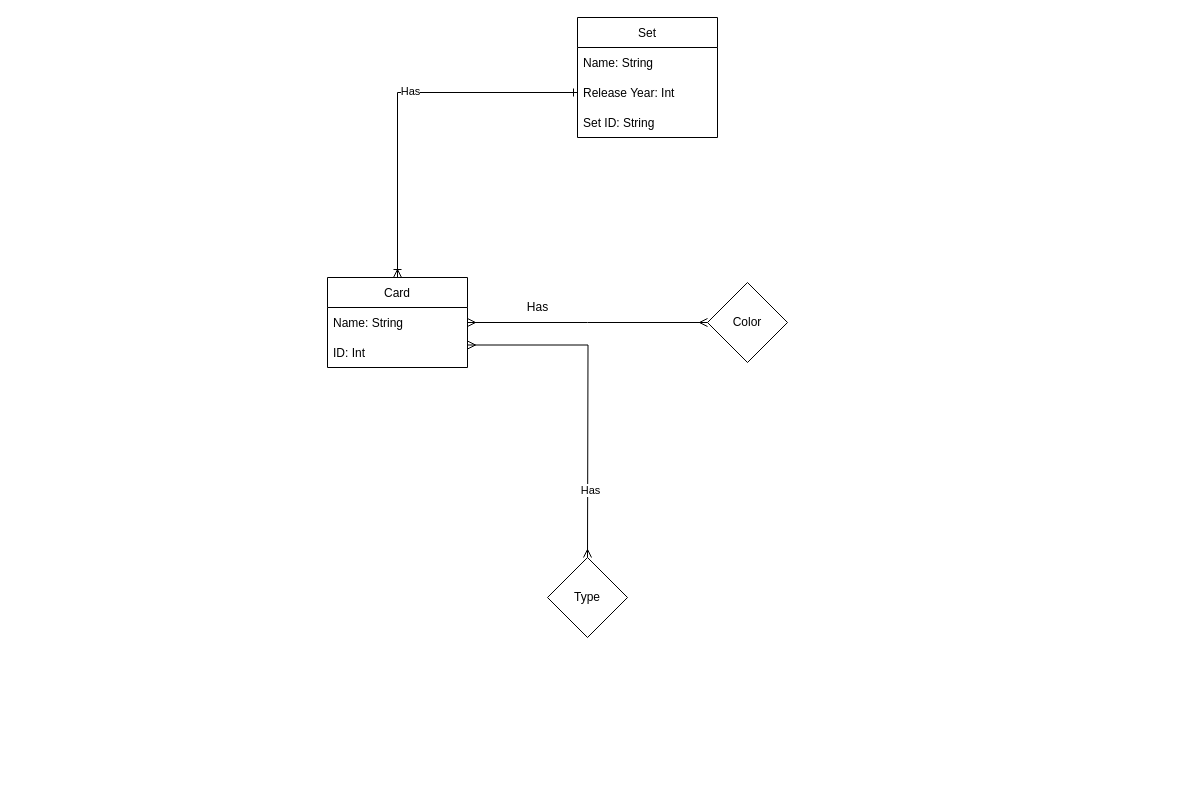
Earlier version of the draw.io diagram ERDiagram.drawio (LiamFallon213/charts-diagrams.net-). Source tidied: cells renumbered, new cells numbered last; positions are measured from the earlier drawing's top-left corner, leaving out a move shared by most shapes. Both pictures are drawn from the tidied source at 100%, with x=0, y=0 at pixel (327, 17).
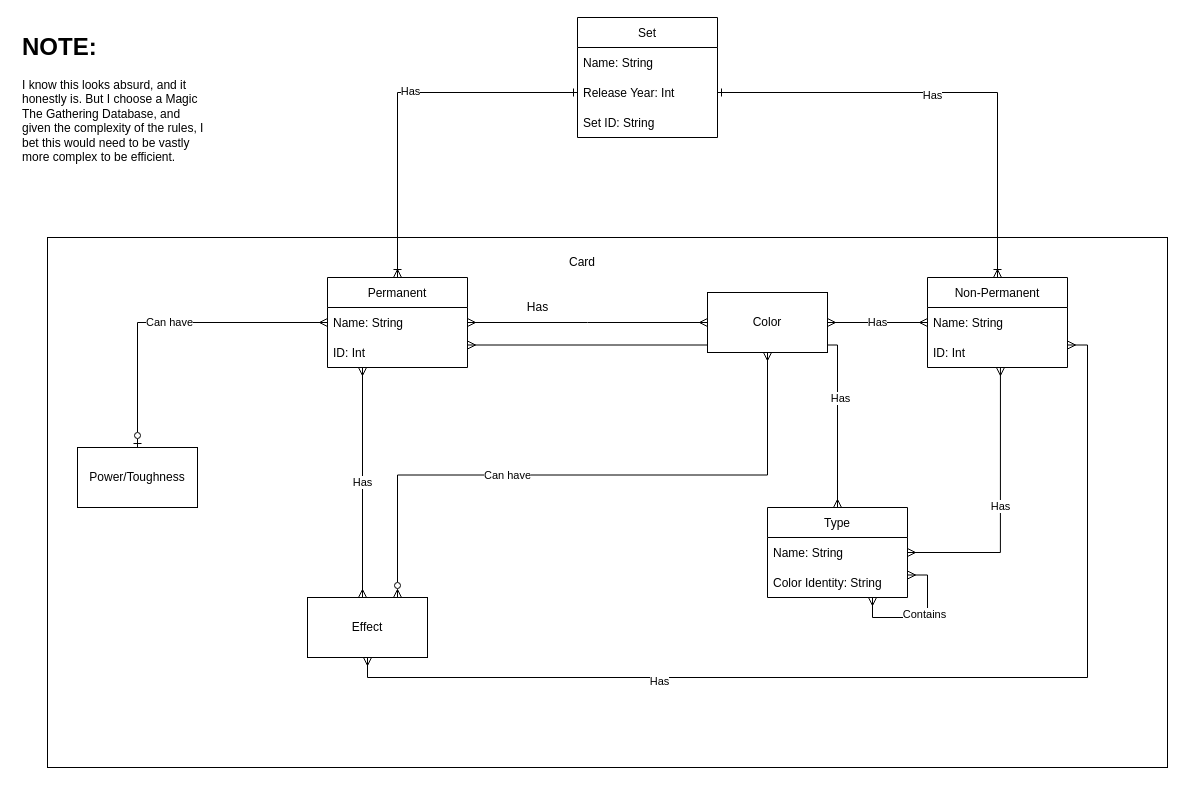
The same page after the edit.

The change refers to these unchanged cells:
```xml
<mxCell id="4" value="Release Year: Int" style="text;strokeColor=none;fillColor=none;align=left;verticalAlign=middle;spacingLeft=4;spacingRight=4;overflow=hidden;points=[[0,0.5],[1,0.5]];portConstraint=eastwest;" parent="2" vertex="1">
  <mxGeometry y="60" width="140" height="30" as="geometry" />
</mxCell>
<mxCell id="10" value="Name: String" style="text;strokeColor=none;fillColor=none;align=left;verticalAlign=middle;spacingLeft=4;spacingRight=4;overflow=hidden;points=[[0,0.5],[1,0.5]];portConstraint=eastwest;" parent="9" vertex="1">
  <mxGeometry y="30" width="140" height="30" as="geometry" />
</mxCell>
```

Change to the diagram source:
```diff
@@
+    <mxCell id="17" style="rounded=0;whiteSpace=wrap;html=1;" parent="1" vertex="1">
+      <mxGeometry x="-280" y="220" width="1120" height="530" as="geometry" />
+    </mxCell>
@@
-    <mxCell id="7" style="edgeStyle=orthogonalEdgeStyle;rounded=0;jettySize=auto;html=1;exitX=1;exitY=0.75;exitDx=0;exitDy=0;startArrow=ERmany;startFill=0;endArrow=ERmany;endFill=0;" parent="1" edge="1" source="9">
-      <mxGeometry relative="1" as="geometry">
-        <mxPoint x="260" y="540" as="targetPoint" />
-      </mxGeometry>
+    <mxCell id="7" style="edgeStyle=orthogonalEdgeStyle;rounded=0;jettySize=auto;html=1;exitX=1;exitY=0.75;exitDx=0;exitDy=0;startArrow=ERmany;startFill=0;endArrow=ERmany;endFill=0;entryX=0.5;entryY=0;entryDx=0;entryDy=0;" parent="1" edge="1" source="9" target="15">
+      <mxGeometry relative="1" as="geometry" />
     </mxCell>
@@
+    <mxCell id="18" value="Has" style="edgeStyle=orthogonalEdgeStyle;rounded=0;jettySize=auto;html=1;exitX=0.25;exitY=1;exitDx=0;exitDy=0;startArrow=ERmany;startFill=0;endArrow=ERmany;endFill=0;" parent="1" edge="1" source="9">
+      <mxGeometry relative="1" as="geometry">
+        <mxPoint x="35" y="580" as="targetPoint" />
+      </mxGeometry>
+    </mxCell>
-    <mxCell id="9" value="Card" style="swimlane;fontStyle=0;horizontal=1;startSize=30;" parent="1" vertex="1">
+    <mxCell id="9" value="Permanent" style="swimlane;fontStyle=0;horizontal=1;startSize=30;" parent="1" vertex="1">
       <mxGeometry y="260" width="140" height="90" as="geometry" />
     </mxCell>
@@
+    <mxCell id="16" value="Has" style="text;html=1;align=center;verticalAlign=middle;strokeColor=none;fillColor=none;" parent="1" vertex="1">
+      <mxGeometry x="185" y="275" width="50" height="30" as="geometry" />
+    </mxCell>
+    <mxCell id="19" value="Has" style="edgeStyle=orthogonalEdgeStyle;rounded=0;jettySize=auto;html=1;exitX=1;exitY=0.5;exitDx=0;exitDy=0;entryX=0;entryY=0.5;entryDx=0;entryDy=0;startArrow=ERmany;startFill=0;endArrow=ERmany;endFill=0;" parent="1" edge="1" source="14" target="28">
+      <mxGeometry relative="1" as="geometry" />
+    </mxCell>
+    <mxCell id="20" style="edgeStyle=orthogonalEdgeStyle;rounded=0;jettySize=auto;html=1;exitX=0.5;exitY=1;exitDx=0;exitDy=0;entryX=0.75;entryY=0;entryDx=0;entryDy=0;startArrow=ERmany;startFill=0;endArrow=ERzeroToMany;endFill=0;" parent="1" edge="1" source="14" target="25">
+      <mxGeometry relative="1" as="geometry" />
+    </mxCell>
+    <mxCell id="21" value="Can have" style="edgeLabel;html=1;align=center;verticalAlign=middle;" parent="20" vertex="1">
+      <mxGeometry x="0.25" relative="1" as="geometry">
+        <mxPoint x="1" as="offset" />
+      </mxGeometry>
+    </mxCell>
-    <mxCell id="14" value="Color" style="rhombus;whiteSpace=wrap;html=1;" parent="1" vertex="1">
-      <mxGeometry x="380" y="265" width="80" height="80" as="geometry" />
+    <mxCell id="14" value="Color" style="rounded=0;whiteSpace=wrap;html=1;" parent="1" vertex="1">
+      <mxGeometry x="380" y="275" width="120" height="60" as="geometry" />
     </mxCell>
+    <mxCell id="22" value="Has" style="edgeStyle=orthogonalEdgeStyle;rounded=0;jettySize=auto;html=1;exitX=1;exitY=0.5;exitDx=0;exitDy=0;entryX=0.521;entryY=1;entryDx=0;entryDy=0;entryPerimeter=0;startArrow=ERmany;startFill=0;endArrow=ERmany;endFill=0;" parent="1" edge="1" source="34" target="29">
+      <mxGeometry relative="1" as="geometry" />
+    </mxCell>
+    <mxCell id="23" style="edgeStyle=orthogonalEdgeStyle;rounded=0;jettySize=auto;html=1;exitX=0.5;exitY=1;exitDx=0;exitDy=0;entryX=1;entryY=0.75;entryDx=0;entryDy=0;startArrow=ERmany;startFill=0;endArrow=ERmany;endFill=0;" parent="1" edge="1" source="25" target="27">
+      <mxGeometry relative="1" as="geometry" />
+    </mxCell>
+    <mxCell id="24" value="Has" style="edgeLabel;html=1;align=center;verticalAlign=middle;" parent="23" vertex="1">
+      <mxGeometry x="-0.43" y="-3" relative="1" as="geometry" />
+    </mxCell>
+    <mxCell id="25" value="Effect" style="rounded=0;whiteSpace=wrap;html=1;" parent="1" vertex="1">
+      <mxGeometry x="-20" y="580" width="120" height="60" as="geometry" />
+    </mxCell>
+    <mxCell id="26" value="Card" style="text;html=1;strokeColor=none;fillColor=none;align=center;verticalAlign=middle;whiteSpace=wrap;rounded=0;" parent="1" vertex="1">
+      <mxGeometry x="225" y="230" width="60" height="30" as="geometry" />
+    </mxCell>
+    <mxCell id="27" value="Non-Permanent" style="swimlane;fontStyle=0;horizontal=1;startSize=30;" parent="1" vertex="1">
+      <mxGeometry x="600" y="260" width="140" height="90" as="geometry" />
+    </mxCell>
+    <mxCell id="28" value="Name: String" style="text;strokeColor=none;fillColor=none;align=left;verticalAlign=middle;spacingLeft=4;spacingRight=4;overflow=hidden;points=[[0,0.5],[1,0.5]];portConstraint=eastwest;" parent="27" vertex="1">
+      <mxGeometry y="30" width="140" height="30" as="geometry" />
+    </mxCell>
+    <mxCell id="29" value="ID: Int" style="text;strokeColor=none;fillColor=none;align=left;verticalAlign=middle;spacingLeft=4;spacingRight=4;overflow=hidden;points=[[0,0.5],[1,0.5]];portConstraint=eastwest;" parent="27" vertex="1">
+      <mxGeometry y="60" width="140" height="30" as="geometry" />
+    </mxCell>
+    <mxCell id="30" value="Power/Toughness" style="rounded=0;whiteSpace=wrap;html=1;" parent="1" vertex="1">
+      <mxGeometry x="-250" y="430" width="120" height="60" as="geometry" />
+    </mxCell>
+    <mxCell id="31" value="Can have" style="edgeStyle=orthogonalEdgeStyle;rounded=0;jettySize=auto;html=1;exitX=0;exitY=0.5;exitDx=0;exitDy=0;entryX=0.5;entryY=0;entryDx=0;entryDy=0;startArrow=ERmany;startFill=0;endArrow=ERzeroToOne;endFill=0;" parent="1" edge="1" source="10" target="30">
+      <mxGeometry relative="1" as="geometry" />
+    </mxCell>
+    <mxCell id="32" style="edgeStyle=orthogonalEdgeStyle;rounded=0;jettySize=auto;html=1;exitX=1;exitY=0.5;exitDx=0;exitDy=0;entryX=0.5;entryY=0;entryDx=0;entryDy=0;startArrow=ERone;startFill=0;endArrow=ERoneToMany;endFill=0;" parent="1" edge="1" source="4" target="27">
+      <mxGeometry relative="1" as="geometry" />
+    </mxCell>
+    <mxCell id="33" value="Has" style="edgeLabel;html=1;align=center;verticalAlign=middle;" parent="32" vertex="1">
+      <mxGeometry x="-0.08" y="-2" relative="1" as="geometry" />
+    </mxCell>
-    <mxCell id="15" value="Type" style="rhombus;whiteSpace=wrap;html=1;" parent="1" vertex="1">
-      <mxGeometry x="220" y="540" width="80" height="80" as="geometry" />
+    <mxCell id="15" value="Type" style="swimlane;fontStyle=0;horizontal=1;startSize=30;" parent="1" vertex="1">
+      <mxGeometry x="440" y="490" width="140" height="90" as="geometry" />
     </mxCell>
-    <mxCell id="16" value="Has" style="text;html=1;align=center;verticalAlign=middle;strokeColor=none;fillColor=none;" parent="1" vertex="1">
-      <mxGeometry x="185" y="275" width="50" height="30" as="geometry" />
-    </mxCell>
+    <mxCell id="34" value="Name: String" style="text;strokeColor=none;fillColor=none;align=left;verticalAlign=middle;spacingLeft=4;spacingRight=4;overflow=hidden;points=[[0,0.5],[1,0.5]];portConstraint=eastwest;" parent="15" vertex="1">
+      <mxGeometry y="30" width="140" height="30" as="geometry" />
+    </mxCell>
+    <mxCell id="35" value="Color Identity: String" style="text;strokeColor=none;fillColor=none;align=left;verticalAlign=middle;spacingLeft=4;spacingRight=4;overflow=hidden;" parent="15" vertex="1">
+      <mxGeometry y="60" width="140" height="30" as="geometry" />
+    </mxCell>
+    <mxCell id="36" style="edgeStyle=orthogonalEdgeStyle;rounded=0;orthogonalLoop=1;jettySize=auto;html=1;exitX=0.75;exitY=1;exitDx=0;exitDy=0;entryX=1;entryY=0.75;entryDx=0;entryDy=0;startArrow=ERmany;startFill=0;endArrow=ERmany;endFill=0;" parent="1" edge="1" source="15" target="15">
+      <mxGeometry relative="1" as="geometry" />
+    </mxCell>
+    <mxCell id="37" value="Contains" style="edgeLabel;html=1;align=center;verticalAlign=middle;" parent="36" vertex="1">
+      <mxGeometry x="0.15" y="4" relative="1" as="geometry" />
+    </mxCell>
+    <mxCell id="38" value="&lt;h1&gt;NOTE:&lt;/h1&gt;&lt;p&gt;I know this looks absurd, and it honestly is. But I choose a Magic The Gathering Database, and given the complexity of the rules, I bet this would need to be vastly more complex to be efficient.&lt;br&gt;&lt;/p&gt;" style="text;html=1;strokeColor=none;fillColor=none;spacing=5;spacingTop=-20;whiteSpace=wrap;overflow=hidden;rounded=0;" parent="1" vertex="1">
+      <mxGeometry x="-310" y="10" width="190" height="150" as="geometry" />
+    </mxCell>
```
